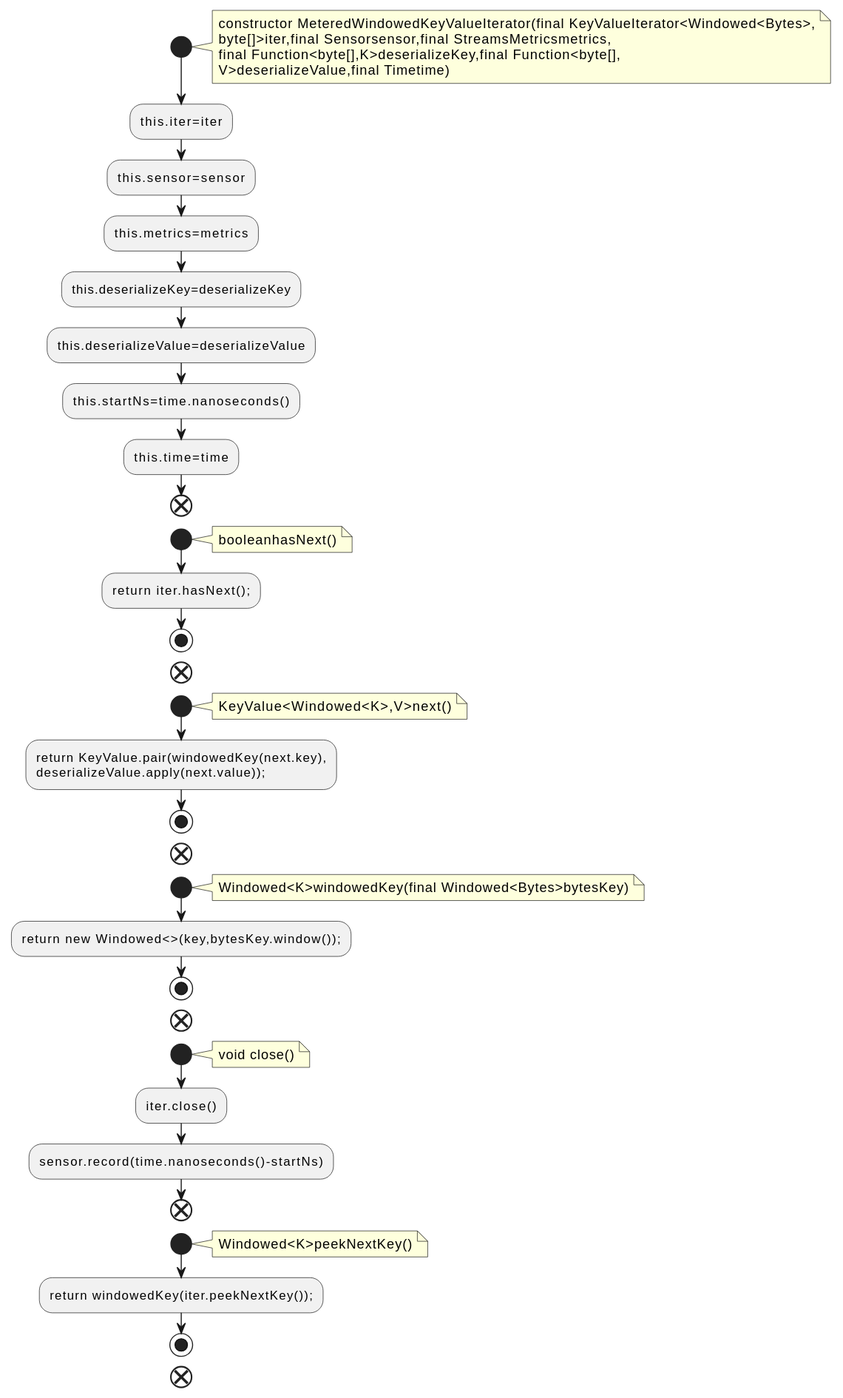
The PlantUML diagram docs/qc/streams/src/main/java/org/apache/kafka/streams/state/internals/MeteredWindowedKeyValueIterator.java.fct.svg in qualitesys/kafka, before a commit.
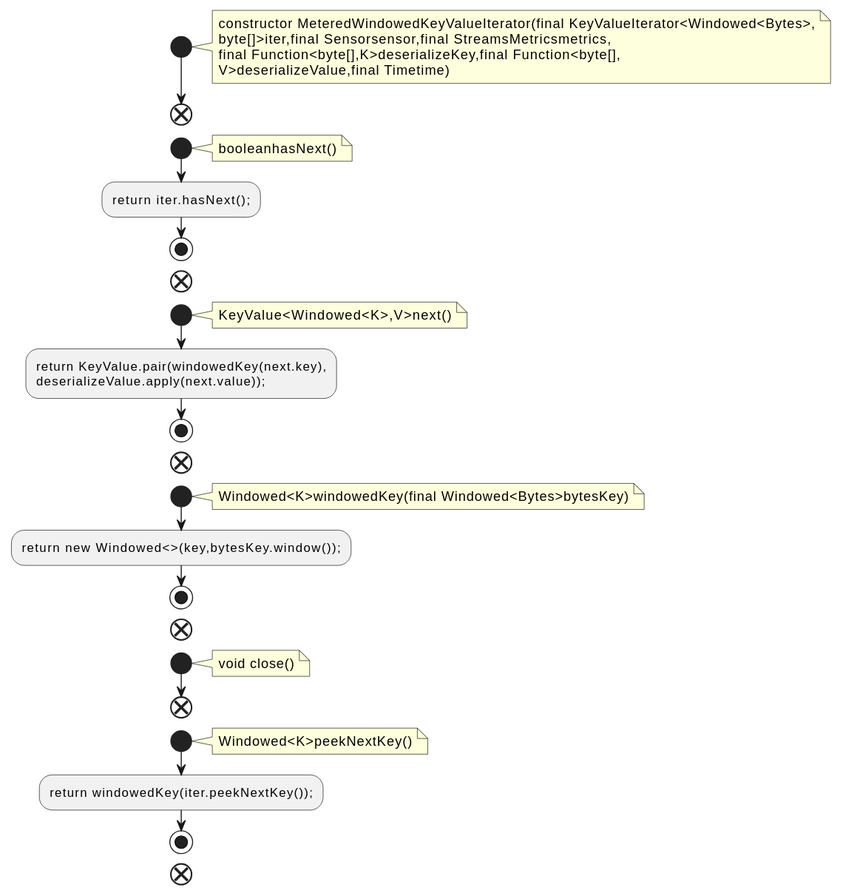
The same diagram one commit later.

What changed in the source:
```diff
@@ -7,13 +7,6 @@
 final Function<byte[],K>deserializeKey,final Function<byte[],
 V>deserializeValue,final Timetime)
 end note
-:this.iter=iter;
-:this.sensor=sensor;
-:this.metrics=metrics;
-:this.deserializeKey=deserializeKey;
-:this.deserializeValue=deserializeValue;
-:this.startNs=time.nanoseconds();
-:this.time=time;
 end
 start
 note right
@@ -41,8 +34,6 @@
 note right
 void close()
 end note
-:iter.close();
-:sensor.record(time.nanoseconds()-startNs);
 end
 start
 note right
```
